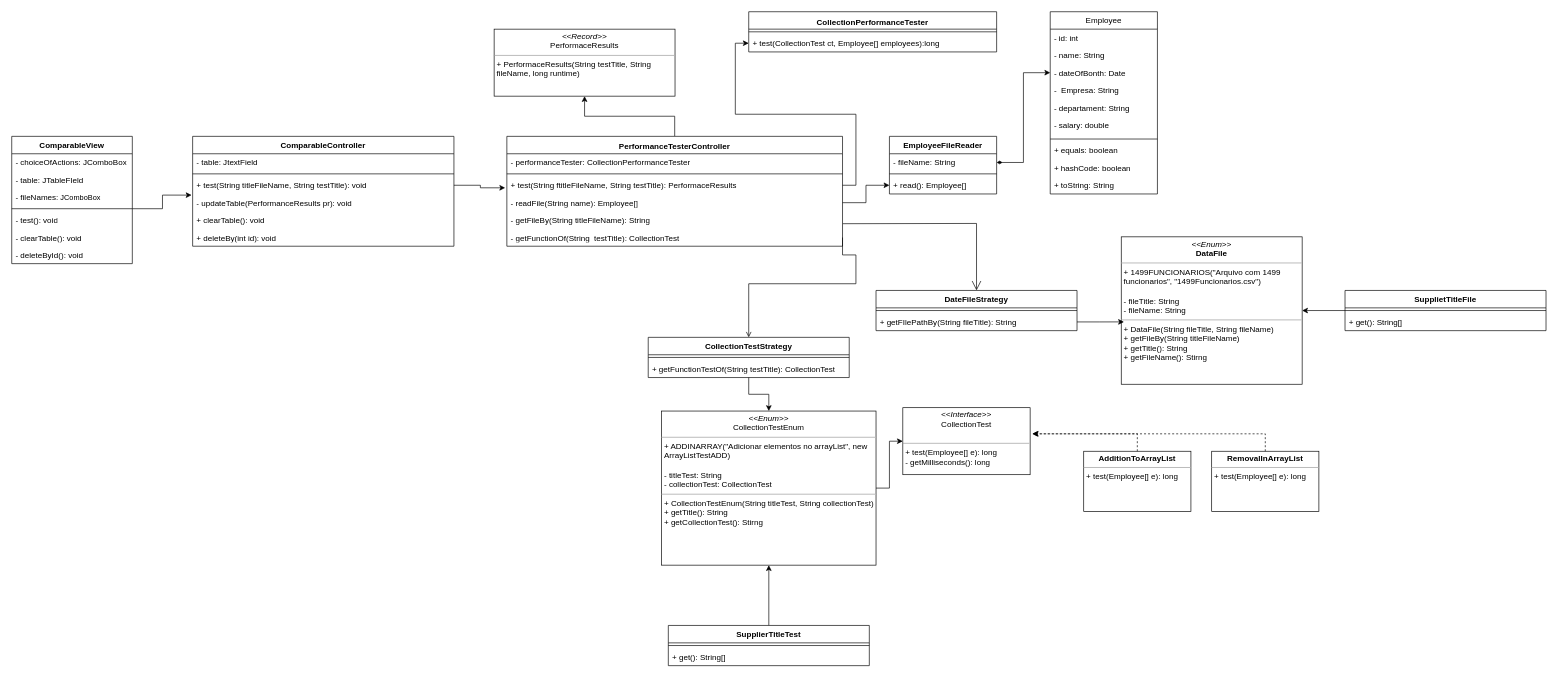
Before: page "Page-1" (1 of 2) of UML.drawio in GabrielFelipeS/Collection_Comparison, a draw.io diagram. Source tidied: cells renumbered, new cells numbered last; positions are measured from the earlier drawing's top-left corner, leaving out a move shared by most shapes. Both pictures are drawn from the tidied source at 67%, with x=0, y=0 at pixel (11, 11).
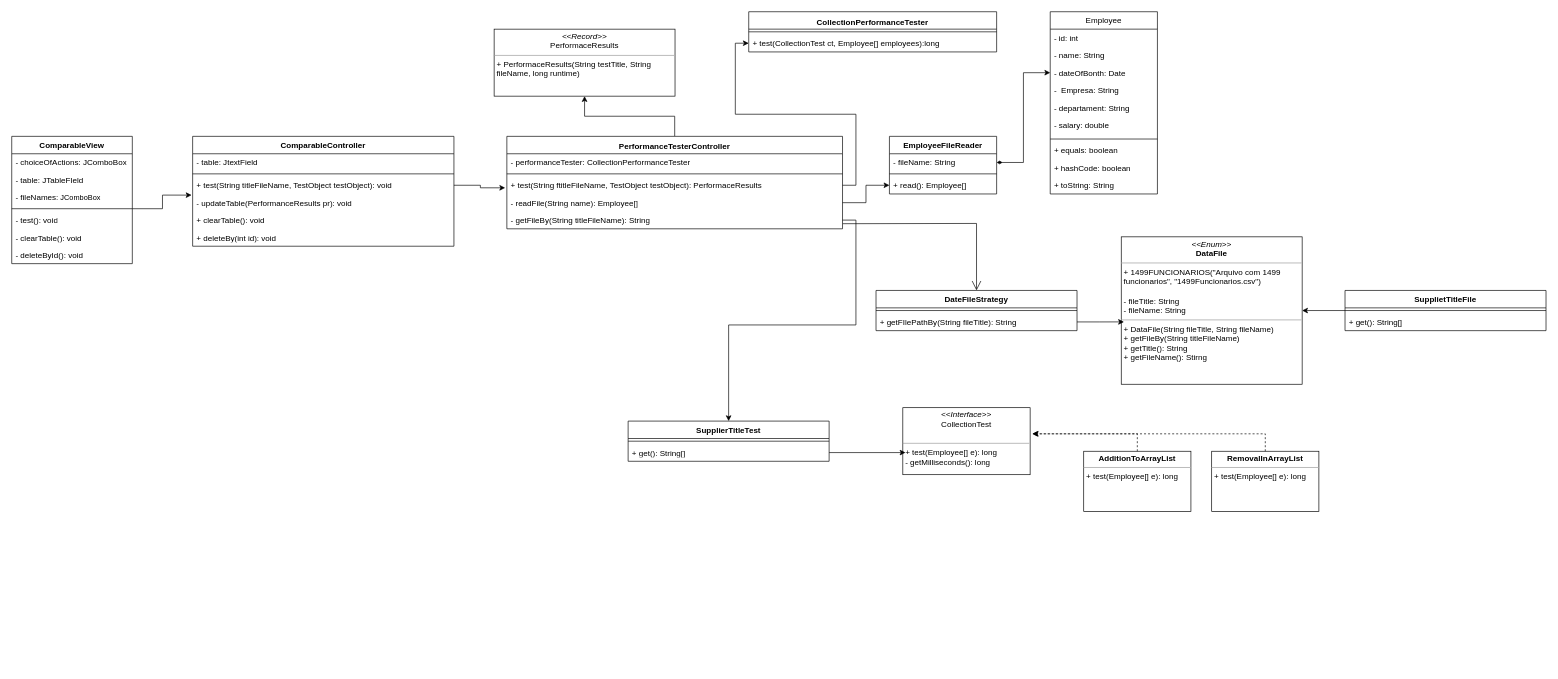
Above is the later version.

Commit message (it also covers changes not shown here):
doc: Changing the UML

The change refers to these unchanged cells:
```xml
<mxCell id="17" value="ComparableController" style="swimlane;fontStyle=1;align=center;verticalAlign=top;horizontal=1;startSize=26;whiteSpace=wrap;html=1;" parent="1" vertex="1">
  <mxGeometry x="270" y="186" width="390" height="164" as="geometry" />
</mxCell>
<mxCell id="41" value="- getFileBy(String titleFileName):&amp;nbsp;String" style="text;strokeColor=none;fillColor=none;align=left;verticalAlign=top;spacingLeft=4;spacingRight=4;overflow=hidden;points=[[0,0.5],[1,0.5]];portConstraint=eastwest;whiteSpace=wrap;html=1;" parent="36" vertex="1">
  <mxGeometry y="112" width="501" height="26" as="geometry" />
</mxCell>
<mxCell id="48" value="&lt;p style=&quot;margin:0px;margin-top:4px;text-align:center;&quot;&gt;&lt;i&gt;&amp;lt;&amp;lt;Interface&amp;gt;&amp;gt;&lt;/i&gt;&lt;br&gt;CollectionTest&lt;/p&gt;&lt;br&gt;&lt;hr size=&quot;1&quot;&gt;&lt;p style=&quot;margin:0px;margin-left:4px;&quot;&gt;+ test(Employee[] e): long&lt;br&gt;&lt;/p&gt;&lt;p style=&quot;margin:0px;margin-left:4px;&quot;&gt;- getMilliseconds(): long&lt;/p&gt;" style="verticalAlign=top;align=left;overflow=fill;fontSize=12;fontFamily=Helvetica;html=1;whiteSpace=wrap;" parent="1" vertex="1">
  <mxGeometry x="1330" y="591" width="190" height="100" as="geometry" />
</mxCell>
<mxCell id="70" value="+ get(): String[]" style="text;strokeColor=none;fillColor=none;align=left;verticalAlign=top;spacingLeft=4;spacingRight=4;overflow=hidden;points=[[0,0.5],[1,0.5]];portConstraint=eastwest;whiteSpace=wrap;html=1;" parent="68" vertex="1">
  <mxGeometry y="34" width="300" height="26" as="geometry" />
</mxCell>
```

What changed in the source:
```diff
@@
-    <mxCell id="20" value="+ test(String titleFileName, String testTitle): void&amp;nbsp;" style="text;strokeColor=none;fillColor=none;align=left;verticalAlign=top;spacingLeft=4;spacingRight=4;overflow=hidden;points=[[0,0.5],[1,0.5]];portConstraint=eastwest;whiteSpace=wrap;html=1;" parent="17" vertex="1">
+    <mxCell id="20" value="+ test(String titleFileName, TestObject testObject): void&amp;nbsp;" style="text;strokeColor=none;fillColor=none;align=left;verticalAlign=top;spacingLeft=4;spacingRight=4;overflow=hidden;points=[[0,0.5],[1,0.5]];portConstraint=eastwest;whiteSpace=wrap;html=1;" parent="17" vertex="1">
       <mxGeometry y="60" width="390" height="26" as="geometry" />
     </mxCell>
@@
     <mxCell id="36" value="PerformanceTesterController&lt;span style=&quot;color: rgb(255, 255, 255); font-family: &amp;quot;Söhne Mono&amp;quot;, Monaco, &amp;quot;Andale Mono&amp;quot;, &amp;quot;Ubuntu Mono&amp;quot;, monospace; font-size: 14px; font-weight: 400; text-align: left; background-color: rgb(0, 0, 0);&quot;&gt;&lt;/span&gt;" style="swimlane;fontStyle=1;align=center;verticalAlign=top;horizontal=1;startSize=26;whiteSpace=wrap;html=1;" parent="1" vertex="1">
-      <mxGeometry x="739" y="186" width="501" height="164" as="geometry" />
+      <mxGeometry x="739" y="186" width="501" height="138" as="geometry" />
     </mxCell>
@@
-    <mxCell id="39" value="+ test(String ftitleFileName, String testTitle): PerformaceResults" style="text;strokeColor=none;fillColor=none;align=left;verticalAlign=top;spacingLeft=4;spacingRight=4;overflow=hidden;points=[[0,0.5],[1,0.5]];portConstraint=eastwest;whiteSpace=wrap;html=1;" parent="36" vertex="1">
+    <mxCell id="39" value="+ test(String ftitleFileName, TestObject testObject): PerformaceResults" style="text;strokeColor=none;fillColor=none;align=left;verticalAlign=top;spacingLeft=4;spacingRight=4;overflow=hidden;points=[[0,0.5],[1,0.5]];portConstraint=eastwest;whiteSpace=wrap;html=1;" parent="36" vertex="1">
       <mxGeometry y="60" width="501" height="26" as="geometry" />
     </mxCell>
@@
-    <mxCell id="42" value="- getFunctionOf(String&amp;nbsp; testTitle): CollectionTest" style="text;strokeColor=none;fillColor=none;align=left;verticalAlign=top;spacingLeft=4;spacingRight=4;overflow=hidden;points=[[0,0.5],[1,0.5]];portConstraint=eastwest;whiteSpace=wrap;html=1;" parent="36" vertex="1">
-      <mxGeometry y="138" width="501" height="26" as="geometry" />
-    </mxCell>
@@
-    <mxCell id="51" style="edgeStyle=orthogonalEdgeStyle;rounded=0;jettySize=auto;html=1;exitX=1;exitY=0.5;exitDx=0;exitDy=0;entryX=0.5;entryY=0;entryDx=0;entryDy=0;endArrow=open;endFill=0;" parent="1" edge="1" source="42" target="57">
-      <mxGeometry relative="1" as="geometry">
-        <Array as="points">
-          <mxPoint x="1240" y="363" />
-          <mxPoint x="1260" y="363" />
-          <mxPoint x="1260" y="406" />
-          <mxPoint x="1100" y="406" />
-        </Array>
-      </mxGeometry>
-    </mxCell>
@@
-    <mxCell id="56" style="edgeStyle=orthogonalEdgeStyle;rounded=0;jettySize=auto;html=1;" parent="1" edge="1" source="57" target="61">
-      <mxGeometry relative="1" as="geometry" />
-    </mxCell>
-    <mxCell id="57" value="CollectionTestStrategy" style="swimlane;fontStyle=1;align=center;verticalAlign=top;horizontal=1;startSize=26;whiteSpace=wrap;html=1;" parent="1" vertex="1">
-      <mxGeometry x="950" y="486" width="300" height="60" as="geometry" />
-    </mxCell>
-    <mxCell id="58" style="line;strokeWidth=1;fillColor=none;align=left;verticalAlign=middle;spacingTop=-1;spacingLeft=3;spacingRight=3;labelPosition=right;strokeColor=inherit;" parent="57" vertex="1">
-      <mxGeometry y="26" width="300" height="8" as="geometry" />
-    </mxCell>
-    <mxCell id="59" value="+ getFunctionTestOf(String testTitle): CollectionTest" style="text;strokeColor=none;fillColor=none;align=left;verticalAlign=top;spacingLeft=4;spacingRight=4;overflow=hidden;whiteSpace=wrap;html=1;" parent="57" vertex="1">
-      <mxGeometry y="34" width="300" height="26" as="geometry" />
-    </mxCell>
-    <mxCell id="60" style="edgeStyle=orthogonalEdgeStyle;rounded=0;jettySize=auto;html=1;" parent="1" edge="1" source="61" target="48">
-      <mxGeometry relative="1" as="geometry" />
-    </mxCell>
-    <mxCell id="61" value="&lt;p style=&quot;margin:0px;margin-top:4px;text-align:center;&quot;&gt;&lt;i&gt;&amp;lt;&amp;lt;Enum&amp;gt;&amp;gt;&lt;/i&gt;&lt;br&gt;CollectionTestEnum&lt;br&gt;&lt;/p&gt;&lt;hr size=&quot;1&quot;&gt;&lt;p style=&quot;margin:0px;margin-left:4px;&quot;&gt;+ ADDINARRAY(&quot;Adicionar elementos no arrayList&quot;, new ArrayListTestADD)&lt;/p&gt;&lt;p style=&quot;margin:0px;margin-left:4px;&quot;&gt;&lt;br&gt;&lt;/p&gt;&lt;p style=&quot;margin:0px;margin-left:4px;&quot;&gt;&lt;span style=&quot;background-color: initial;&quot;&gt;- titleTest: String&lt;/span&gt;&lt;br&gt;&lt;/p&gt;&lt;p style=&quot;margin:0px;margin-left:4px;&quot;&gt;- collectionTest: CollectionTest&lt;/p&gt;&lt;hr style=&quot;border-color: var(--border-color);&quot; size=&quot;1&quot;&gt;&lt;p style=&quot;margin:0px;margin-left:4px;&quot;&gt;+&amp;nbsp;CollectionTestEnum(String titleTest, String collectionTest)&lt;/p&gt;&lt;p style=&quot;margin:0px;margin-left:4px;&quot;&gt;+ getTitle(): String&lt;br&gt;+ getCollectionTest(): Stirng&lt;/p&gt;" style="verticalAlign=top;align=left;overflow=fill;fontSize=12;fontFamily=Helvetica;html=1;whiteSpace=wrap;" parent="1" vertex="1">
-      <mxGeometry x="970" y="596" width="320" height="230" as="geometry" />
-    </mxCell>
@@
-    <mxCell id="67" style="edgeStyle=orthogonalEdgeStyle;rounded=0;jettySize=auto;html=1;" parent="1" edge="1" source="68" target="61">
-      <mxGeometry relative="1" as="geometry" />
-    </mxCell>
     <mxCell id="68" value="SupplierTitleTest" style="swimlane;fontStyle=1;align=center;verticalAlign=top;horizontal=1;startSize=26;whiteSpace=wrap;html=1;" parent="1" vertex="1">
-      <mxGeometry x="980" y="916" width="300" height="60" as="geometry" />
+      <mxGeometry x="920" y="611" width="300" height="60" as="geometry" />
     </mxCell>
@@
+    <mxCell id="75" style="edgeStyle=orthogonalEdgeStyle;rounded=0;jettySize=auto;html=1;entryX=0.5;entryY=0;entryDx=0;entryDy=0;" parent="1" edge="1" source="41" target="68">
+      <mxGeometry relative="1" as="geometry" />
+    </mxCell>
+    <mxCell id="76" style="edgeStyle=orthogonalEdgeStyle;rounded=0;jettySize=auto;html=1;entryX=0.021;entryY=0.67;entryDx=0;entryDy=0;entryPerimeter=0;" parent="1" edge="1" source="70" target="48">
+      <mxGeometry relative="1" as="geometry" />
+    </mxCell>
```
